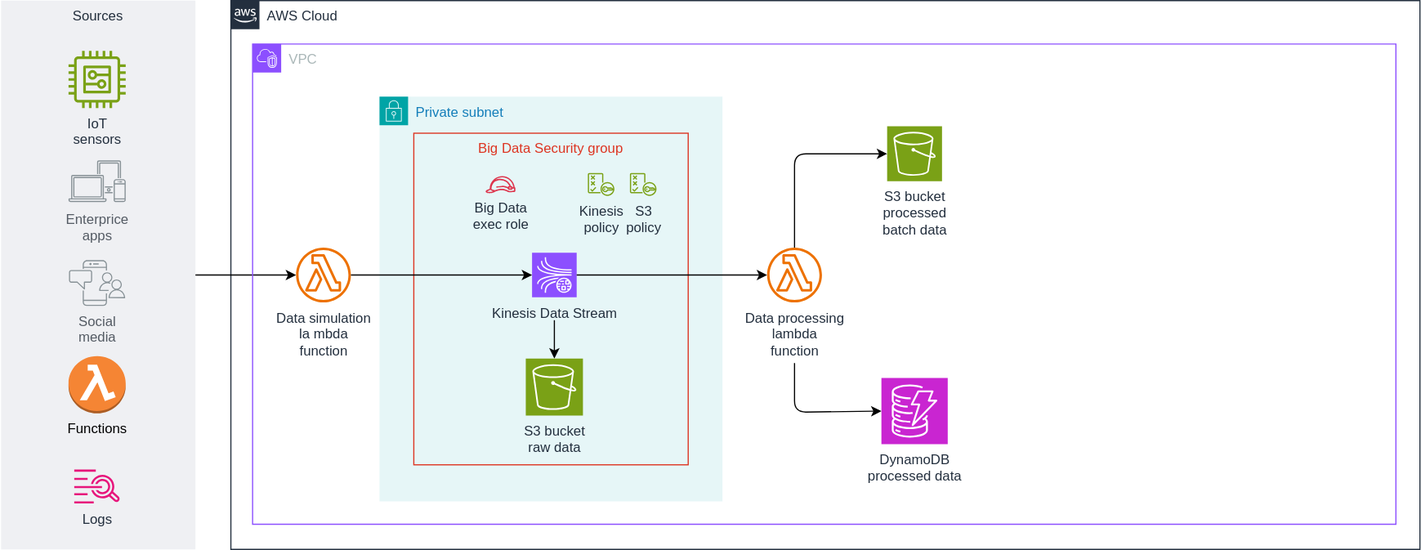
Above: data-batch-and-stream-architecture-pattern.drawio.svg in edgarinhm/b4bit-architecture-scalable-challenge (draw.io), before the change. Source tidied: cells renumbered, new cells last; positions are measured from the earlier drawing's top-left corner, leaving out a move shared by most shapes.
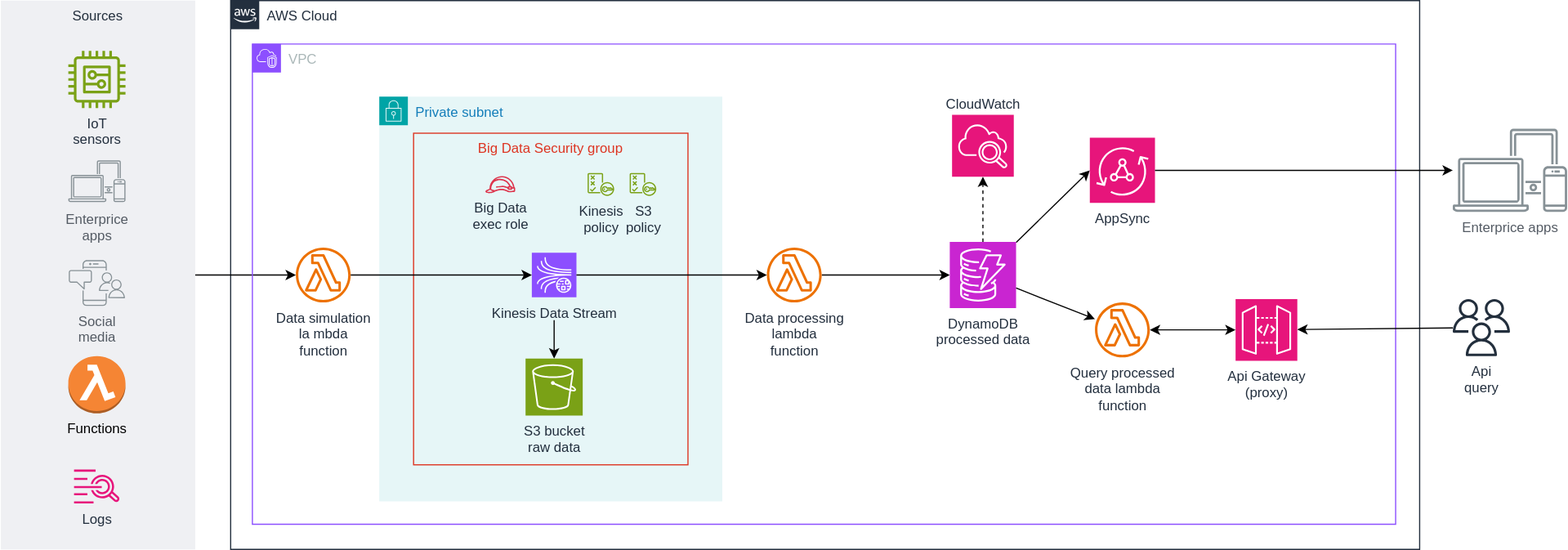
The same diagram one commit later.

Commit message:
add data output layer add appsync add api gateway

What changed in the source:
```diff
@@ -35,16 +35,9 @@
     <mxCell id="12" value="VPC" style="gradientColor=none;html=1;whiteSpace=wrap;fontSize=12;fontStyle=0;shape=mxgraph.aws4.group;grIcon=mxgraph.aws4.group_vpc2;strokeColor=#8C4FFF;fillColor=none;verticalAlign=top;align=left;spacingLeft=30;fontColor=#AAB7B8;dashed=0;" parent="1" vertex="1">
       <mxGeometry x="220" y="38" width="1000" height="420" as="geometry" />
     </mxCell>
-    <mxCell id="13" value="&lt;div&gt;S3 bucket&lt;/div&gt;&lt;div&gt;processed&lt;/div&gt;&lt;div&gt;batch data&lt;/div&gt;" style="sketch=0;points=[[0,0,0],[0.25,0,0],[0.5,0,0],[0.75,0,0],[1,0,0],[0,1,0],[0.25,1,0],[0.5,1,0],[0.75,1,0],[1,1,0],[0,0.25,0],[0,0.5,0],[0,0.75,0],[1,0.25,0],[1,0.5,0],[1,0.75,0]];outlineConnect=0;fontColor=#232F3E;fillColor=#7AA116;strokeColor=#ffffff;dashed=0;verticalLabelPosition=bottom;verticalAlign=top;align=center;html=1;fontSize=12;fontStyle=0;shape=mxgraph.aws4.resourceIcon;resIcon=mxgraph.aws4.s3;" parent="12" vertex="1">
-      <mxGeometry x="555" y="72" width="48" height="48" as="geometry" />
-    </mxCell>
-    <mxCell id="14" style="edgeStyle=none;html=1;entryX=0;entryY=0.5;entryDx=0;entryDy=0;entryPerimeter=0;" parent="12" edge="1" source="15" target="13">
-      <mxGeometry relative="1" as="geometry">
-        <Array as="points">
-          <mxPoint x="474" y="96" />
-        </Array>
-      </mxGeometry>
-    </mxCell>
+    <mxCell id="28" style="edgeStyle=none;html=1;" parent="12" edge="1" source="15" target="27">
+      <mxGeometry relative="1" as="geometry" />
+    </mxCell>
     <mxCell id="15" value="&lt;span style=&quot;background-color: transparent;&quot;&gt;&lt;font color=&quot;#232f3e&quot;&gt;Data processing&lt;/font&gt;&lt;/span&gt;&lt;div&gt;&lt;span style=&quot;background-color: transparent;&quot;&gt;lambda&lt;/span&gt;&lt;div&gt;&lt;div&gt;function&lt;/div&gt;&lt;/div&gt;&lt;/div&gt;" style="sketch=0;outlineConnect=0;fontColor=#232F3E;gradientColor=none;fillColor=#ED7100;strokeColor=none;dashed=0;verticalLabelPosition=bottom;verticalAlign=top;align=center;html=1;fontSize=12;fontStyle=0;shape=mxgraph.aws4.lambda_function;" parent="12" vertex="1">
       <mxGeometry x="450" y="178" width="48" height="48" as="geometry" />
     </mxCell>
@@ -81,18 +74,47 @@
     <mxCell id="26" style="edgeStyle=none;html=1;" parent="12" edge="1" source="20" target="15">
       <mxGeometry relative="1" as="geometry" />
     </mxCell>
+    <mxCell id="30" style="edgeStyle=none;html=1;entryX=0;entryY=0.5;entryDx=0;entryDy=0;entryPerimeter=0;" parent="12" edge="1" source="27" target="31">
+      <mxGeometry relative="1" as="geometry" />
+    </mxCell>
     <mxCell id="27" value="DynamoDB&lt;div&gt;processed data&lt;/div&gt;" style="sketch=0;points=[[0,0,0],[0.25,0,0],[0.5,0,0],[0.75,0,0],[1,0,0],[0,1,0],[0.25,1,0],[0.5,1,0],[0.75,1,0],[1,1,0],[0,0.25,0],[0,0.5,0],[0,0.75,0],[1,0.25,0],[1,0.5,0],[1,0.75,0]];outlineConnect=0;fontColor=#232F3E;fillColor=#C925D1;strokeColor=#ffffff;dashed=0;verticalLabelPosition=bottom;verticalAlign=top;align=center;html=1;fontSize=12;fontStyle=0;shape=mxgraph.aws4.resourceIcon;resIcon=mxgraph.aws4.dynamodb;" parent="12" vertex="1">
-      <mxGeometry x="550" y="292" width="58" height="58" as="geometry" />
+      <mxGeometry x="610" y="173" width="58" height="58" as="geometry" />
     </mxCell>
-    <mxCell id="28" style="edgeStyle=none;html=1;entryX=0;entryY=0.5;entryDx=0;entryDy=0;entryPerimeter=0;sourcePerimeterSpacing=53;" parent="12" edge="1" source="15" target="27">
-      <mxGeometry relative="1" as="geometry">
-        <Array as="points">
-          <mxPoint x="474" y="322" />
-        </Array>
-      </mxGeometry>
-    </mxCell>
+    <mxCell id="31" value="AppSync" style="sketch=0;points=[[0,0,0],[0.25,0,0],[0.5,0,0],[0.75,0,0],[1,0,0],[0,1,0],[0.25,1,0],[0.5,1,0],[0.75,1,0],[1,1,0],[0,0.25,0],[0,0.5,0],[0,0.75,0],[1,0.25,0],[1,0.5,0],[1,0.75,0]];outlineConnect=0;fontColor=#232F3E;fillColor=#E7157B;strokeColor=#ffffff;dashed=0;verticalLabelPosition=bottom;verticalAlign=top;align=center;html=1;fontSize=12;fontStyle=0;shape=mxgraph.aws4.resourceIcon;resIcon=mxgraph.aws4.appsync;" parent="12" vertex="1">
+      <mxGeometry x="732.5" y="82" width="57" height="57" as="geometry" />
+    </mxCell>
+    <mxCell id="32" value="CloudWatch" style="sketch=0;points=[[0,0,0],[0.25,0,0],[0.5,0,0],[0.75,0,0],[1,0,0],[0,1,0],[0.25,1,0],[0.5,1,0],[0.75,1,0],[1,1,0],[0,0.25,0],[0,0.5,0],[0,0.75,0],[1,0.25,0],[1,0.5,0],[1,0.75,0]];points=[[0,0,0],[0.25,0,0],[0.5,0,0],[0.75,0,0],[1,0,0],[0,1,0],[0.25,1,0],[0.5,1,0],[0.75,1,0],[1,1,0],[0,0.25,0],[0,0.5,0],[0,0.75,0],[1,0.25,0],[1,0.5,0],[1,0.75,0]];outlineConnect=0;fontColor=#232F3E;fillColor=#E7157B;strokeColor=#ffffff;dashed=0;verticalLabelPosition=top;verticalAlign=bottom;align=center;html=1;fontSize=12;fontStyle=0;shape=mxgraph.aws4.resourceIcon;resIcon=mxgraph.aws4.cloudwatch_2;labelPosition=center;" parent="12" vertex="1">
+      <mxGeometry x="612" y="62" width="54" height="54" as="geometry" />
+    </mxCell>
+    <mxCell id="33" style="edgeStyle=none;html=1;entryX=0.5;entryY=1;entryDx=0;entryDy=0;entryPerimeter=0;targetPerimeterSpacing=0;dashed=1;" parent="12" edge="1" source="27" target="32">
+      <mxGeometry relative="1" as="geometry" />
+    </mxCell>
+    <mxCell id="34" style="edgeStyle=none;html=1;" parent="12" edge="1" source="27" target="35">
+      <mxGeometry relative="1" as="geometry" />
+    </mxCell>
+    <mxCell id="35" value="Query processed&lt;div&gt;data&amp;nbsp;&lt;span style=&quot;background-color: transparent;&quot;&gt;lambda&lt;/span&gt;&lt;div&gt;&lt;div&gt;function&lt;/div&gt;&lt;/div&gt;&lt;/div&gt;" style="sketch=0;outlineConnect=0;fontColor=#232F3E;gradientColor=none;fillColor=#ED7100;strokeColor=none;dashed=0;verticalLabelPosition=bottom;verticalAlign=top;align=center;html=1;fontSize=12;fontStyle=0;shape=mxgraph.aws4.lambda_function;" parent="12" vertex="1">
+      <mxGeometry x="737" y="226" width="48" height="48" as="geometry" />
+    </mxCell>
+    <mxCell id="36" value="Api Gateway&lt;div&gt;(proxy)&lt;/div&gt;" style="sketch=0;points=[[0,0,0],[0.25,0,0],[0.5,0,0],[0.75,0,0],[1,0,0],[0,1,0],[0.25,1,0],[0.5,1,0],[0.75,1,0],[1,1,0],[0,0.25,0],[0,0.5,0],[0,0.75,0],[1,0.25,0],[1,0.5,0],[1,0.75,0]];outlineConnect=0;fontColor=#232F3E;fillColor=#E7157B;strokeColor=#ffffff;dashed=0;verticalLabelPosition=bottom;verticalAlign=top;align=center;html=1;fontSize=12;fontStyle=0;shape=mxgraph.aws4.resourceIcon;resIcon=mxgraph.aws4.api_gateway;" parent="12" vertex="1">
+      <mxGeometry x="860" y="223" width="54" height="54" as="geometry" />
+    </mxCell>
+    <mxCell id="37" style="edgeStyle=none;html=1;entryX=0;entryY=0.5;entryDx=0;entryDy=0;entryPerimeter=0;startArrow=classic;startFill=1;" parent="12" edge="1" source="35" target="36">
+      <mxGeometry relative="1" as="geometry" />
+    </mxCell>
     <mxCell id="29" style="edgeStyle=none;html=1;entryX=0;entryY=0.5;entryDx=0;entryDy=0;entryPerimeter=0;" parent="1" edge="1" source="3" target="20">
       <mxGeometry relative="1" as="geometry" />
     </mxCell>
+    <mxCell id="38" style="edgeStyle=none;html=1;" parent="1" edge="1" source="39" target="36">
+      <mxGeometry relative="1" as="geometry" />
+    </mxCell>
+    <mxCell id="39" value="Api&amp;nbsp;&lt;div&gt;query&lt;/div&gt;" style="sketch=0;outlineConnect=0;fontColor=#232F3E;gradientColor=none;fillColor=#232F3D;strokeColor=none;dashed=0;verticalLabelPosition=bottom;verticalAlign=top;align=center;html=1;fontSize=12;fontStyle=0;shape=mxgraph.aws4.users;" parent="1" vertex="1">
+      <mxGeometry x="1270" y="261" width="50" height="50" as="geometry" />
+    </mxCell>
+    <mxCell id="40" value="Enterprice apps" style="sketch=0;outlineConnect=0;gradientColor=none;fontColor=#545B64;strokeColor=none;fillColor=#879196;dashed=0;verticalLabelPosition=bottom;verticalAlign=top;align=center;html=1;fontSize=12;fontStyle=0;shape=mxgraph.aws4.illustration_devices;" parent="1" vertex="1">
+      <mxGeometry x="1270" y="112" width="100" height="73" as="geometry" />
+    </mxCell>
+    <mxCell id="41" style="edgeStyle=none;html=1;" parent="1" edge="1" source="31" target="40">
+      <mxGeometry relative="1" as="geometry" />
+    </mxCell>
   </root>
 </mxGraphModel>
```
